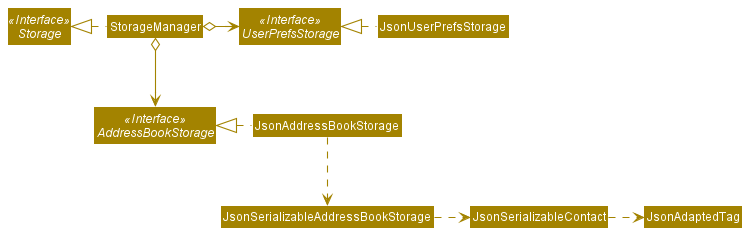
Before: docs/images/StorageClassDiagram.png, a diagram exported from PlantUML (nus-cs2103-AY2021S2/tp).
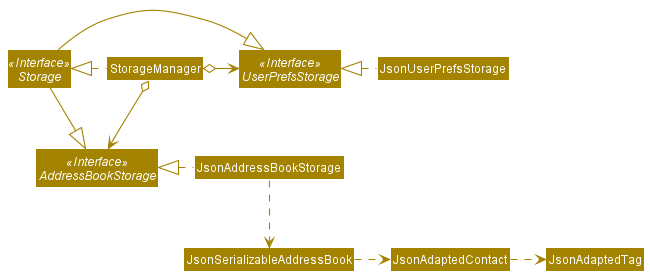
The same file after the commit.

The edit, as a diff of the source:
```diff
@@ -16,9 +16,12 @@
 StorageManager o-right-> UserPrefsStorage
 StorageManager o--> AddressBookStorage
 
+Storage -|> UserPrefsStorage
+Storage -|> AddressBookStorage
+
 JsonUserPrefsStorage .left.|> UserPrefsStorage
 JsonAddressBookStorage .left.|> AddressBookStorage
-JsonAddressBookStorage .down.> JsonSerializableAddressBookStorage
-JsonSerializableAddressBookStorage .right.> JsonSerializableContact
-JsonSerializableContact .right.> JsonAdaptedTag
+JsonAddressBookStorage .down.> JsonSerializableAddressBook
+JsonSerializableAddressBook .right.> JsonAdaptedContact
+JsonAdaptedContact .right.> JsonAdaptedTag
 @enduml
```
